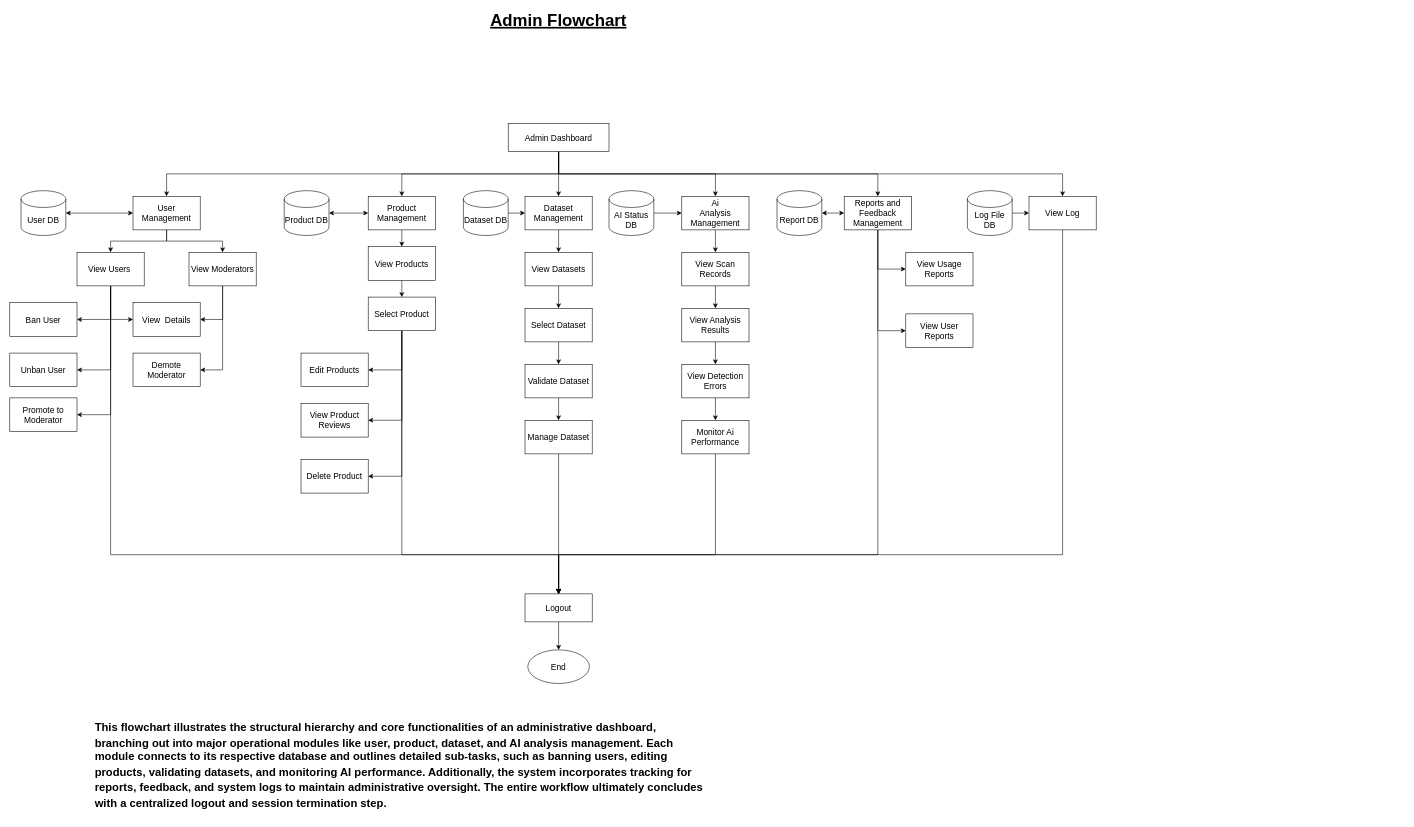
The draw.io diagram Diagrams/Flowcharts/Admin Flowchart.drawio in LarrySama919/AI-repo, before the edit. Source tidied: cells renumbered, new cells numbered last; positions are measured from the earlier drawing's top-left corner, leaving out a move shared by most shapes. Both pictures are drawn from the tidied source at 56%, with x=0, y=0 at pixel (10, 11).
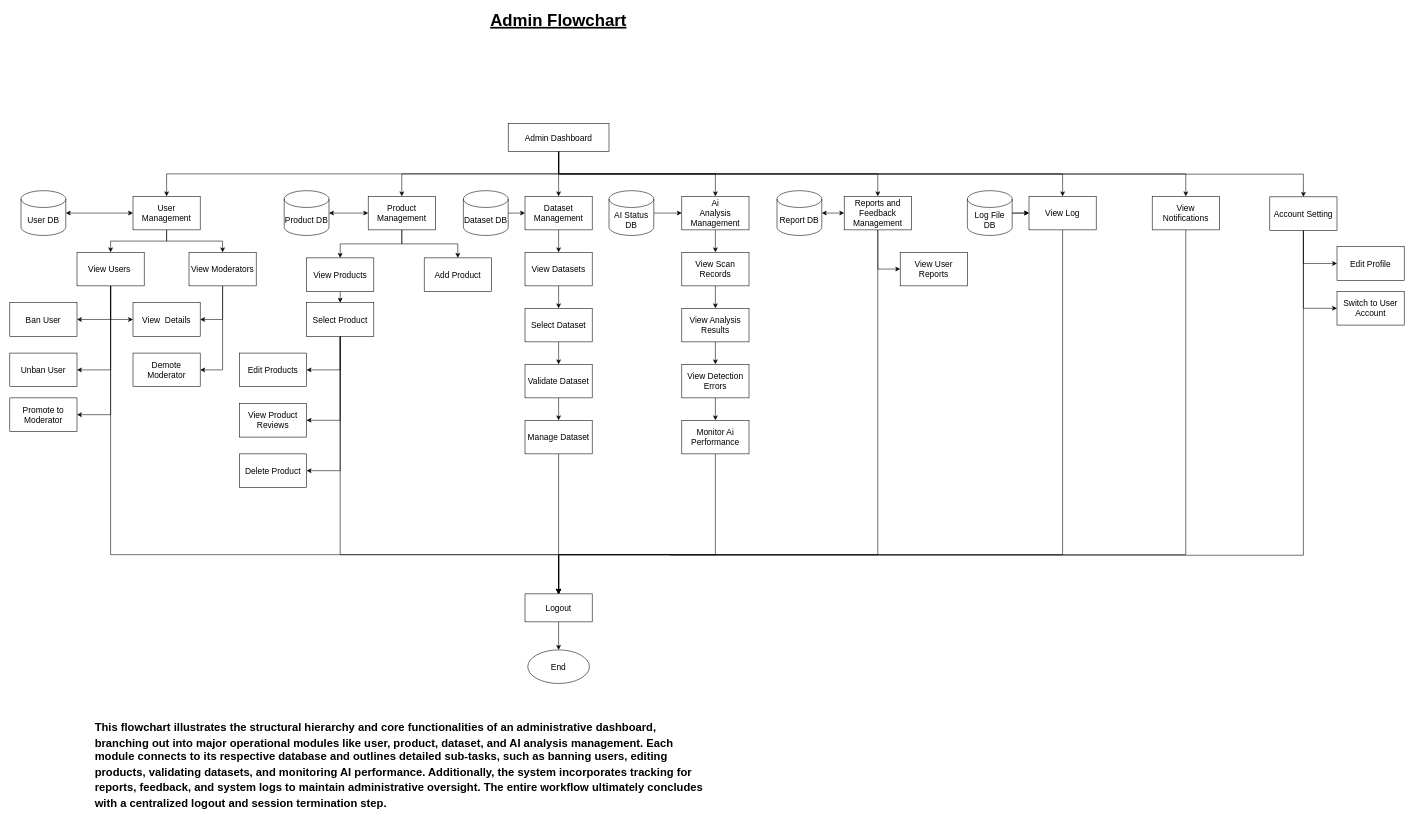
Above is the later version.

Commit message:
admin flowchart changes

Unchanged cells that the change refers to:
```xml
<mxCell id="8" value="Admin Dashboard" style="rounded=0;whiteSpace=wrap;html=1;fontSize=15;" parent="1" vertex="1">
  <mxGeometry x="890" y="200" width="180" height="50" as="geometry" />
</mxCell>
<mxCell id="13" value="Product Management" style="rounded=0;whiteSpace=wrap;html=1;fontSize=15;" parent="1" vertex="1">
  <mxGeometry x="640" y="330" width="120" height="60" as="geometry" />
</mxCell>
<mxCell id="34" value="Reports and Feedback Management" style="rounded=0;whiteSpace=wrap;html=1;fontSize=15;" parent="1" vertex="1">
  <mxGeometry x="1490" y="330" width="120" height="60" as="geometry" />
</mxCell>
<mxCell id="52" value="Logout" style="rounded=0;whiteSpace=wrap;html=1;fontSize=15;" parent="1" vertex="1">
  <mxGeometry x="920" y="1040" width="120" height="50" as="geometry" />
</mxCell>
<mxCell id="68" value="View Log" style="rounded=0;whiteSpace=wrap;html=1;fontSize=15;" parent="1" vertex="1">
  <mxGeometry x="1820" y="330" width="120" height="60" as="geometry" />
</mxCell>
<mxCell id="79" value="Log File DB" style="shape=cylinder3;whiteSpace=wrap;html=1;boundedLbl=1;backgroundOutline=1;size=15;fontSize=15;" parent="1" vertex="1">
  <mxGeometry x="1710" y="320" width="80" height="80" as="geometry" />
</mxCell>
```

Change to the diagram source:
```diff
@@
     <mxCell id="24" value="View Products" style="rounded=0;whiteSpace=wrap;html=1;fontSize=15;" parent="1" vertex="1">
-      <mxGeometry x="640" y="420" width="120" height="60" as="geometry" />
+      <mxGeometry x="530" y="440" width="120" height="60" as="geometry" />
     </mxCell>
     <mxCell id="25" value="Edit Products" style="rounded=0;whiteSpace=wrap;html=1;fontSize=15;" parent="1" vertex="1">
-      <mxGeometry x="520" y="610" width="120" height="60" as="geometry" />
+      <mxGeometry x="410" y="610" width="120" height="60" as="geometry" />
     </mxCell>
@@
-    <mxCell id="32" style="edgeStyle=orthogonalEdgeStyle;rounded=0;jettySize=auto;html=1;exitX=0.5;exitY=1;exitDx=0;exitDy=0;entryX=0;entryY=0.5;entryDx=0;entryDy=0;defaultLabelBackgroundColor=page;fontSize=15;" parent="1" edge="1" source="34" target="35">
-      <mxGeometry relative="1" as="geometry" />
-    </mxCell>
@@
-    <mxCell id="35" value="View Usage Reports" style="rounded=0;whiteSpace=wrap;html=1;fontSize=15;" parent="1" vertex="1">
-      <mxGeometry x="1600" y="430" width="120" height="60" as="geometry" />
-    </mxCell>
     <mxCell id="36" value="View User Reports" style="rounded=0;whiteSpace=wrap;html=1;fontSize=15;" parent="1" vertex="1">
-      <mxGeometry x="1600" y="540" width="120" height="60" as="geometry" />
+      <mxGeometry x="1590" y="430" width="120" height="60" as="geometry" />
     </mxCell>
@@
     <mxCell id="38" value="View Product&lt;div&gt;Reviews&lt;/div&gt;" style="rounded=0;whiteSpace=wrap;html=1;fontSize=15;" parent="1" vertex="1">
-      <mxGeometry x="520" y="700" width="120" height="60" as="geometry" />
+      <mxGeometry x="410" y="700" width="120" height="60" as="geometry" />
     </mxCell>
@@
     <mxCell id="64" style="edgeStyle=orthogonalEdgeStyle;rounded=0;jettySize=auto;html=1;exitX=0.5;exitY=1;exitDx=0;exitDy=0;entryX=0.5;entryY=0;entryDx=0;entryDy=0;defaultLabelBackgroundColor=page;fontSize=15;" parent="1" edge="1" source="65" target="52">
-      <mxGeometry relative="1" as="geometry">
+      <mxGeometry x="-0.02" relative="1" as="geometry">
         <Array as="points">
-          <mxPoint x="700" y="970" />
+          <mxPoint x="590" y="970" />
           <mxPoint x="980" y="970" />
         </Array>
       </mxGeometry>
     </mxCell>
     <mxCell id="65" value="Select Product" style="rounded=0;whiteSpace=wrap;html=1;fontSize=15;" parent="1" vertex="1">
-      <mxGeometry x="640" y="510" width="120" height="60" as="geometry" />
+      <mxGeometry x="530" y="520" width="120" height="60" as="geometry" />
     </mxCell>
     <mxCell id="66" value="Delete Product" style="rounded=0;whiteSpace=wrap;html=1;fontSize=15;" parent="1" vertex="1">
-      <mxGeometry x="520" y="800" width="120" height="60" as="geometry" />
+      <mxGeometry x="410" y="790" width="120" height="60" as="geometry" />
     </mxCell>
@@
+    <mxCell id="83" style="edgeStyle=none;html=1;" parent="1" edge="1" source="79" target="68">
+      <mxGeometry relative="1" as="geometry" />
+    </mxCell>
@@
+    <mxCell id="84" value="Add Product" style="rounded=0;whiteSpace=wrap;html=1;fontSize=15;" parent="1" vertex="1">
+      <mxGeometry x="740" y="440" width="120" height="60" as="geometry" />
+    </mxCell>
+    <mxCell id="85" style="edgeStyle=orthogonalEdgeStyle;rounded=0;jettySize=auto;html=1;exitX=0.5;exitY=1;exitDx=0;exitDy=0;entryX=0.5;entryY=0;entryDx=0;entryDy=0;defaultLabelBackgroundColor=page;fontSize=15;" parent="1" edge="1" source="13" target="84">
+      <mxGeometry relative="1" as="geometry" />
+    </mxCell>
+    <mxCell id="86" style="edgeStyle=orthogonalEdgeStyle;rounded=0;jettySize=auto;html=1;defaultLabelBackgroundColor=page;fontSize=15;exitX=0.5;exitY=1;exitDx=0;exitDy=0;entryX=0.5;entryY=0;entryDx=0;entryDy=0;" parent="1" edge="1" source="8" target="87">
+      <mxGeometry x="0.71" relative="1" as="geometry" />
+    </mxCell>
+    <mxCell id="87" value="View Notifications" style="rounded=0;whiteSpace=wrap;html=1;fontSize=15;" parent="1" vertex="1">
+      <mxGeometry x="2040" y="330" width="120" height="60" as="geometry" />
+    </mxCell>
+    <mxCell id="88" style="edgeStyle=orthogonalEdgeStyle;rounded=0;jettySize=auto;html=1;exitX=0.5;exitY=1;exitDx=0;exitDy=0;entryX=0.5;entryY=0;entryDx=0;entryDy=0;defaultLabelBackgroundColor=page;fontSize=15;" parent="1" edge="1" source="87" target="52">
+      <mxGeometry x="-0.12" relative="1" as="geometry">
+        <Array as="points">
+          <mxPoint x="2100" y="970" />
+          <mxPoint x="980" y="970" />
+        </Array>
+      </mxGeometry>
+    </mxCell>
+    <mxCell id="89" style="edgeStyle=none;html=1;exitX=0.5;exitY=1;exitDx=0;exitDy=0;entryX=0;entryY=0.5;entryDx=0;entryDy=0;rounded=0;curved=0;" parent="1" edge="1" source="91" target="94">
+      <mxGeometry x="0.01" relative="1" as="geometry">
+        <Array as="points">
+          <mxPoint x="2310" y="450" />
+          <mxPoint x="2330" y="450" />
+        </Array>
+      </mxGeometry>
+    </mxCell>
+    <mxCell id="90" style="edgeStyle=none;html=1;exitX=0.5;exitY=1;exitDx=0;exitDy=0;entryX=0;entryY=0.5;entryDx=0;entryDy=0;rounded=0;curved=0;" parent="1" edge="1" source="91" target="95">
+      <mxGeometry relative="1" as="geometry">
+        <Array as="points">
+          <mxPoint x="2310" y="530" />
+        </Array>
+      </mxGeometry>
+    </mxCell>
+    <mxCell id="91" value="&lt;font style=&quot;font-size: 15px;&quot;&gt;Account Setting&lt;/font&gt;" style="rounded=0;whiteSpace=wrap;html=1;" parent="1" vertex="1">
+      <mxGeometry x="2250" y="331" width="120" height="60" as="geometry" />
+    </mxCell>
+    <mxCell id="92" style="edgeStyle=orthogonalEdgeStyle;rounded=0;jettySize=auto;html=1;defaultLabelBackgroundColor=page;fontSize=15;exitX=0.5;exitY=1;exitDx=0;exitDy=0;entryX=0.5;entryY=0;entryDx=0;entryDy=0;" parent="1" edge="1" source="8" target="91">
+      <mxGeometry x="0.71" relative="1" as="geometry" />
+    </mxCell>
+    <mxCell id="93" style="edgeStyle=orthogonalEdgeStyle;rounded=0;jettySize=auto;html=1;exitX=0.5;exitY=1;exitDx=0;exitDy=0;entryX=0.5;entryY=0;entryDx=0;entryDy=0;defaultLabelBackgroundColor=page;fontSize=15;" parent="1" edge="1" source="91" target="52">
+      <mxGeometry x="-0.21" relative="1" as="geometry">
+        <Array as="points">
+          <mxPoint x="2310" y="971" />
+          <mxPoint x="1180" y="971" />
+          <mxPoint x="1180" y="970" />
+          <mxPoint x="980" y="970" />
+        </Array>
+      </mxGeometry>
+    </mxCell>
+    <mxCell id="94" value="&lt;font style=&quot;font-size: 15px;&quot;&gt;Edit Profile&lt;/font&gt;" style="rounded=0;whiteSpace=wrap;html=1;" parent="1" vertex="1">
+      <mxGeometry x="2370" y="420" width="120" height="60" as="geometry" />
+    </mxCell>
+    <mxCell id="95" value="&lt;font style=&quot;font-size: 15px;&quot;&gt;Switch to User Account&lt;/font&gt;" style="rounded=0;whiteSpace=wrap;html=1;" parent="1" vertex="1">
+      <mxGeometry x="2370" y="500" width="120" height="60" as="geometry" />
+    </mxCell>
```
